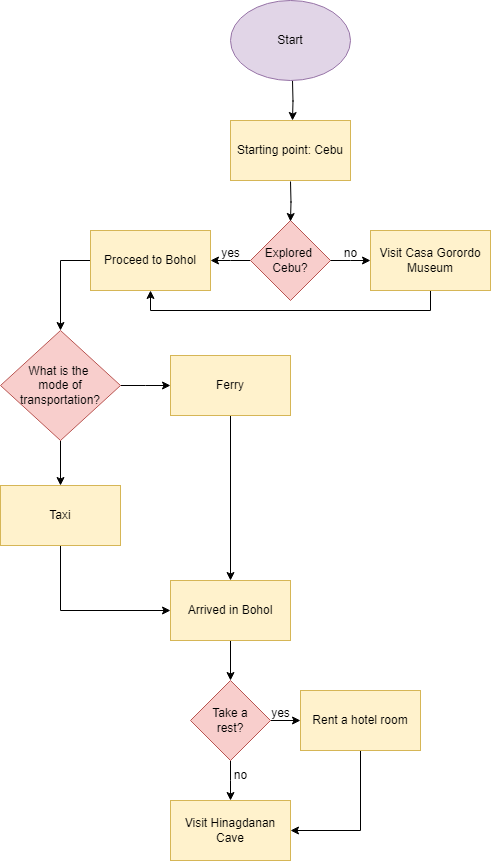
Before: My Folder/itinerary.png, a diagram exported from draw.io (LampaTrina/CCINCOML_EXERCISES_COM23P). Source tidied: cells renumbered, new cells last; positions are measured from the earlier drawing's top-left corner, leaving out a move shared by most shapes.
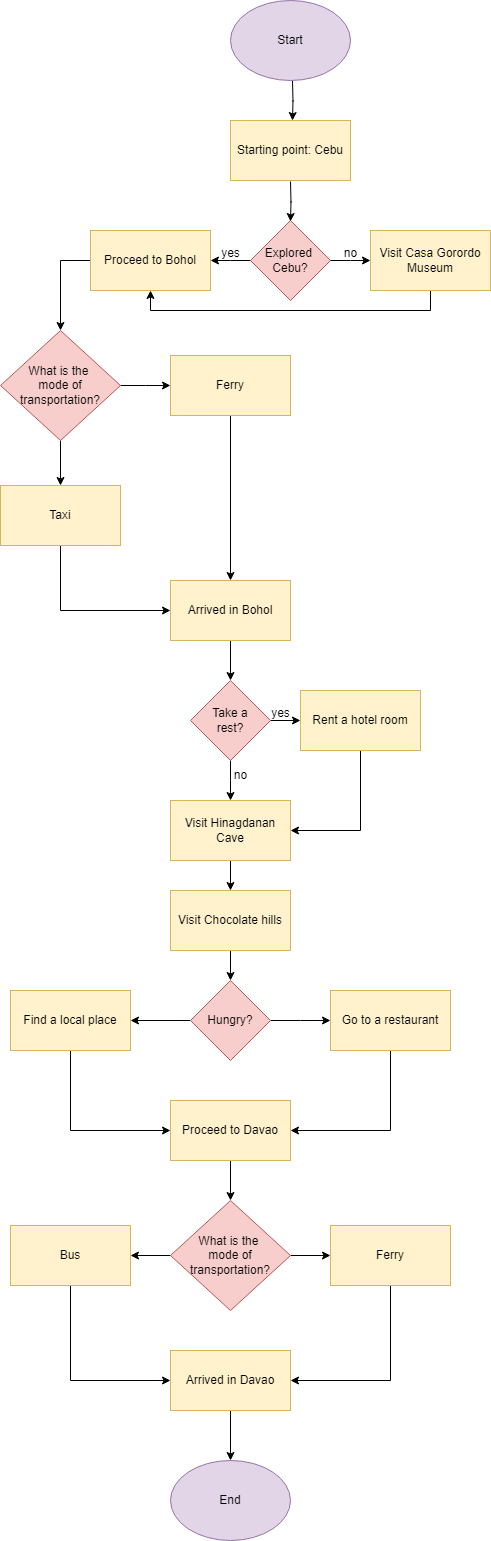
After the commit.

Diff of the diagram source:
```diff
@@ -109,8 +109,76 @@
     <mxCell id="30" value="no" style="text;html=1;align=center;verticalAlign=middle;strokeColor=none;fillColor=none;" parent="1" vertex="1">
       <mxGeometry x="220" y="760" width="40" height="30" as="geometry" />
     </mxCell>
+    <mxCell id="32" style="edgeStyle=orthogonalEdgeStyle;rounded=0;jettySize=auto;html=1;exitX=0.5;exitY=1;exitDx=0;exitDy=0;entryX=0.5;entryY=0;entryDx=0;entryDy=0;" parent="1" edge="1" source="31" target="34">
+      <mxGeometry relative="1" as="geometry" />
+    </mxCell>
     <mxCell id="31" value="Visit Hinagdanan Cave" style="rounded=0;whiteSpace=wrap;html=1;fillColor=#fff2cc;strokeColor=#d6b656;" parent="1" vertex="1">
       <mxGeometry x="170" y="800" width="120" height="60" as="geometry" />
     </mxCell>
+    <mxCell id="33" style="edgeStyle=orthogonalEdgeStyle;rounded=0;jettySize=auto;html=1;exitX=0.5;exitY=1;exitDx=0;exitDy=0;entryX=0.5;entryY=0;entryDx=0;entryDy=0;" parent="1" edge="1" source="34" target="37">
+      <mxGeometry relative="1" as="geometry" />
+    </mxCell>
+    <mxCell id="34" value="Visit Chocolate hills" style="rounded=0;whiteSpace=wrap;html=1;fillColor=#fff2cc;strokeColor=#d6b656;" parent="1" vertex="1">
+      <mxGeometry x="170" y="890" width="120" height="60" as="geometry" />
+    </mxCell>
+    <mxCell id="35" style="edgeStyle=orthogonalEdgeStyle;rounded=0;jettySize=auto;html=1;exitX=1;exitY=0.5;exitDx=0;exitDy=0;" parent="1" edge="1" source="37">
+      <mxGeometry relative="1" as="geometry">
+        <mxPoint x="330" y="1020" as="targetPoint" />
+      </mxGeometry>
+    </mxCell>
+    <mxCell id="36" style="edgeStyle=orthogonalEdgeStyle;rounded=0;jettySize=auto;html=1;exitX=0;exitY=0.5;exitDx=0;exitDy=0;entryX=1;entryY=0.5;entryDx=0;entryDy=0;" parent="1" edge="1" source="37" target="41">
+      <mxGeometry relative="1" as="geometry" />
+    </mxCell>
+    <mxCell id="37" value="Hungry?" style="rhombus;whiteSpace=wrap;html=1;fillColor=#f8cecc;strokeColor=#b85450;" parent="1" vertex="1">
+      <mxGeometry x="190" y="980" width="80" height="80" as="geometry" />
+    </mxCell>
+    <mxCell id="38" style="edgeStyle=orthogonalEdgeStyle;rounded=0;jettySize=auto;html=1;exitX=0.5;exitY=1;exitDx=0;exitDy=0;entryX=1;entryY=0.5;entryDx=0;entryDy=0;" parent="1" edge="1" source="39" target="43">
+      <mxGeometry relative="1" as="geometry" />
+    </mxCell>
+    <mxCell id="39" value="Go to a restaurant" style="rounded=0;whiteSpace=wrap;html=1;fillColor=#fff2cc;strokeColor=#d6b656;" parent="1" vertex="1">
+      <mxGeometry x="330" y="990" width="120" height="60" as="geometry" />
+    </mxCell>
+    <mxCell id="40" style="edgeStyle=orthogonalEdgeStyle;rounded=0;jettySize=auto;html=1;exitX=0.5;exitY=1;exitDx=0;exitDy=0;entryX=0;entryY=0.5;entryDx=0;entryDy=0;" parent="1" edge="1" source="41" target="43">
+      <mxGeometry relative="1" as="geometry" />
+    </mxCell>
+    <mxCell id="41" value="Find a local place" style="rounded=0;whiteSpace=wrap;html=1;fillColor=#fff2cc;strokeColor=#d6b656;" parent="1" vertex="1">
+      <mxGeometry x="10" y="990" width="120" height="60" as="geometry" />
+    </mxCell>
+    <mxCell id="42" style="edgeStyle=orthogonalEdgeStyle;rounded=0;jettySize=auto;html=1;exitX=0.5;exitY=1;exitDx=0;exitDy=0;entryX=0.5;entryY=0;entryDx=0;entryDy=0;" parent="1" edge="1" source="43" target="46">
+      <mxGeometry relative="1" as="geometry" />
+    </mxCell>
+    <mxCell id="43" value="Proceed to Davao" style="rounded=0;whiteSpace=wrap;html=1;fillColor=#fff2cc;strokeColor=#d6b656;" parent="1" vertex="1">
+      <mxGeometry x="170" y="1100" width="120" height="60" as="geometry" />
+    </mxCell>
+    <mxCell id="44" style="edgeStyle=orthogonalEdgeStyle;rounded=0;jettySize=auto;html=1;exitX=1;exitY=0.5;exitDx=0;exitDy=0;entryX=0;entryY=0.5;entryDx=0;entryDy=0;" parent="1" edge="1" source="46" target="48">
+      <mxGeometry relative="1" as="geometry" />
+    </mxCell>
+    <mxCell id="45" style="edgeStyle=orthogonalEdgeStyle;rounded=0;jettySize=auto;html=1;exitX=0;exitY=0.5;exitDx=0;exitDy=0;entryX=1;entryY=0.5;entryDx=0;entryDy=0;" parent="1" edge="1" source="46" target="50">
+      <mxGeometry relative="1" as="geometry" />
+    </mxCell>
+    <mxCell id="46" value="What is the&amp;nbsp;&lt;br&gt;mode of&lt;br&gt;transportation?" style="rhombus;whiteSpace=wrap;html=1;fillColor=#f8cecc;strokeColor=#b85450;" parent="1" vertex="1">
+      <mxGeometry x="170" y="1200" width="120" height="110" as="geometry" />
+    </mxCell>
+    <mxCell id="47" style="edgeStyle=orthogonalEdgeStyle;rounded=0;jettySize=auto;html=1;exitX=0.5;exitY=1;exitDx=0;exitDy=0;entryX=1;entryY=0.5;entryDx=0;entryDy=0;" parent="1" edge="1" source="48" target="52">
+      <mxGeometry relative="1" as="geometry" />
+    </mxCell>
+    <mxCell id="48" value="Ferry" style="rounded=0;whiteSpace=wrap;html=1;fillColor=#fff2cc;strokeColor=#d6b656;" parent="1" vertex="1">
+      <mxGeometry x="330" y="1225" width="120" height="60" as="geometry" />
+    </mxCell>
+    <mxCell id="49" style="edgeStyle=orthogonalEdgeStyle;rounded=0;jettySize=auto;html=1;exitX=0.5;exitY=1;exitDx=0;exitDy=0;entryX=0;entryY=0.5;entryDx=0;entryDy=0;" parent="1" edge="1" source="50" target="52">
+      <mxGeometry relative="1" as="geometry" />
+    </mxCell>
+    <mxCell id="50" value="Bus" style="rounded=0;whiteSpace=wrap;html=1;fillColor=#fff2cc;strokeColor=#d6b656;" parent="1" vertex="1">
+      <mxGeometry x="10" y="1225" width="120" height="60" as="geometry" />
+    </mxCell>
+    <mxCell id="51" style="edgeStyle=orthogonalEdgeStyle;rounded=0;jettySize=auto;html=1;exitX=0.5;exitY=1;exitDx=0;exitDy=0;entryX=0.5;entryY=0;entryDx=0;entryDy=0;" parent="1" edge="1" source="52" target="53">
+      <mxGeometry relative="1" as="geometry" />
+    </mxCell>
+    <mxCell id="52" value="Arrived in Davao" style="rounded=0;whiteSpace=wrap;html=1;fillColor=#fff2cc;strokeColor=#d6b656;" parent="1" vertex="1">
+      <mxGeometry x="170" y="1350" width="120" height="60" as="geometry" />
+    </mxCell>
+    <mxCell id="53" value="End" style="ellipse;whiteSpace=wrap;html=1;fillColor=#e1d5e7;strokeColor=#9673a6;" parent="1" vertex="1">
+      <mxGeometry x="170" y="1460" width="120" height="80" as="geometry" />
+    </mxCell>
   </root>
 </mxGraphModel>
```
